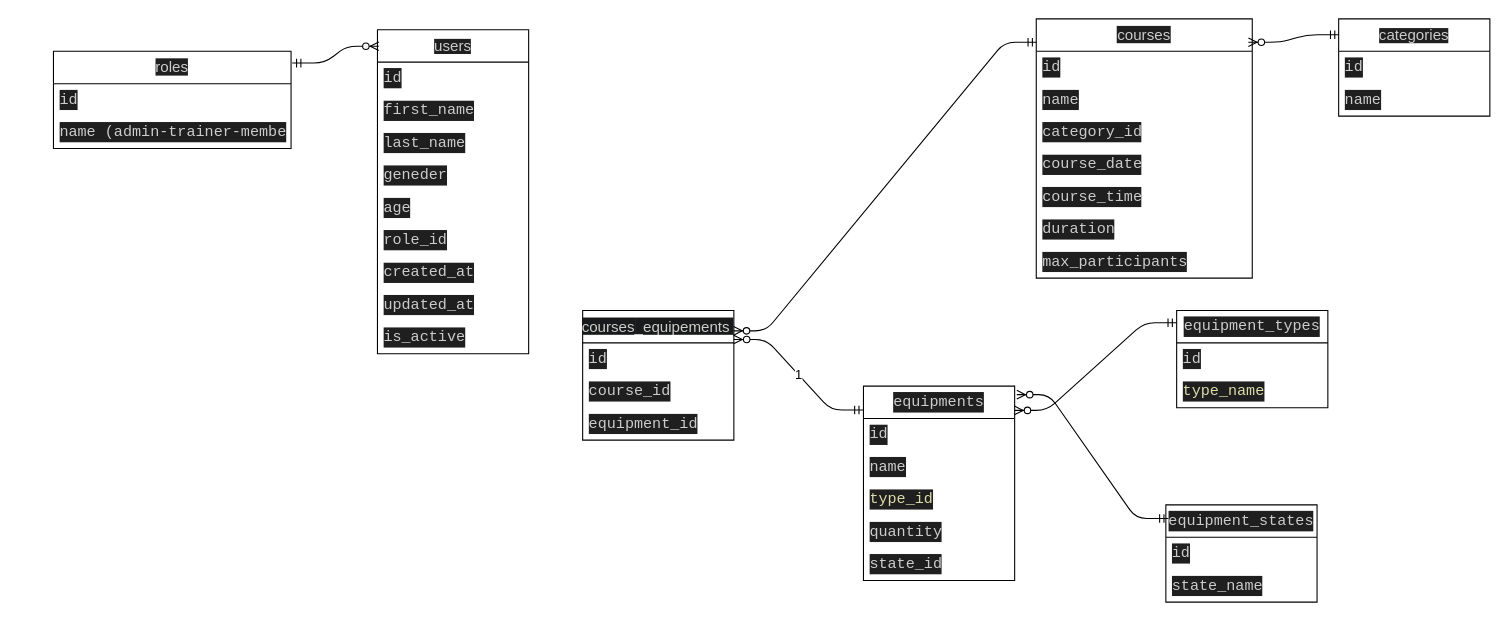
Above: erd.drawio in hamzalafsioui/FitManager (draw.io), before the change. Source tidied: cells renumbered, new cells numbered last; positions are measured from the earlier drawing's top-left corner, leaving out a move shared by most shapes. Both pictures are drawn from the tidied source at 108%, with x=0, y=0 at pixel (53, 18).
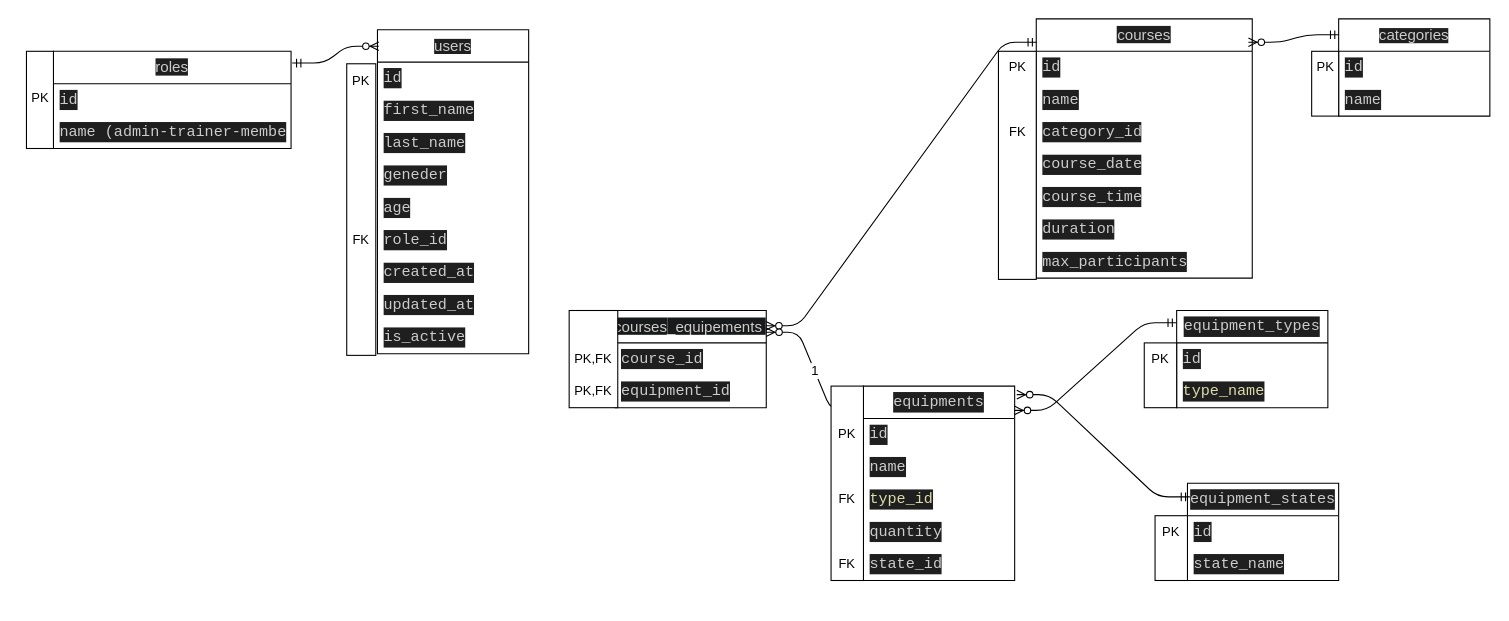
Above is the later version.

Change to the diagram source:
```diff
@@
     <mxCell id="26" value="&lt;span style=&quot;color: rgba(232, 230, 227, 0.88); font-family: &amp;quot;Nunito Sans&amp;quot;, &amp;quot;sans-serif&amp;quot;; font-size: 14px; text-align: start; background-color: rgb(24, 26, 27);&quot;&gt;courses&lt;/span&gt;&lt;span style=&quot;color: rgba(232, 230, 227, 0.88); font-family: &amp;quot;Nunito Sans&amp;quot;, &amp;quot;sans-serif&amp;quot;; font-size: 14px; text-align: start; background-color: rgb(24, 26, 27);&quot;&gt;_equipements&amp;nbsp;&lt;/span&gt;" style="swimlane;fontStyle=0;horizontal=1;startSize=30;whiteSpace=wrap;html=1;" parent="1" vertex="1">
-      <mxGeometry x="490" y="270" width="140" height="120" as="geometry" />
+      <mxGeometry x="520" y="270" width="140" height="90" as="geometry" />
     </mxCell>
-    <mxCell id="27" value="&lt;div style=&quot;color: rgb(204, 204, 204); background-color: rgb(31, 31, 31); font-family: Consolas, &amp;quot;Courier New&amp;quot;, monospace; font-size: 14px; line-height: 19px; white-space: pre;&quot;&gt;&lt;span style=&quot;color: #cccccc;&quot;&gt;id&lt;/span&gt;&lt;/div&gt;" style="text;strokeColor=none;fillColor=none;align=left;verticalAlign=middle;spacingLeft=4;spacingRight=4;overflow=hidden;whiteSpace=wrap;html=1;" parent="26" vertex="1">
-      <mxGeometry y="30" width="140" height="30" as="geometry" />
-    </mxCell>
     <mxCell id="28" value="&lt;div style=&quot;color: rgb(204, 204, 204); background-color: rgb(31, 31, 31); font-family: Consolas, &amp;quot;Courier New&amp;quot;, monospace; font-size: 14px; line-height: 19px; white-space: pre;&quot;&gt;&lt;span style=&quot;color: #cccccc;&quot;&gt;course_id&lt;/span&gt;&lt;/div&gt;" style="text;strokeColor=none;fillColor=none;align=left;verticalAlign=middle;spacingLeft=4;spacingRight=4;overflow=hidden;whiteSpace=wrap;html=1;" parent="26" vertex="1">
-      <mxGeometry y="60" width="140" height="30" as="geometry" />
+      <mxGeometry y="30" width="140" height="30" as="geometry" />
     </mxCell>
     <mxCell id="29" value="&lt;div style=&quot;color: rgb(204, 204, 204); background-color: rgb(31, 31, 31); font-family: Consolas, &amp;quot;Courier New&amp;quot;, monospace; font-size: 14px; line-height: 19px; white-space: pre;&quot;&gt;&lt;span style=&quot;color: #cccccc;&quot;&gt;equipment_id&lt;/span&gt;&lt;/div&gt;" style="text;strokeColor=none;fillColor=none;align=left;verticalAlign=middle;spacingLeft=4;spacingRight=4;overflow=hidden;whiteSpace=wrap;html=1;" parent="26" vertex="1">
-      <mxGeometry y="90" width="140" height="30" as="geometry" />
+      <mxGeometry y="60" width="140" height="30" as="geometry" />
     </mxCell>
@@
     <mxCell id="36" value="&lt;div style=&quot;color: rgb(204, 204, 204); background-color: rgb(31, 31, 31); font-family: Consolas, &amp;quot;Courier New&amp;quot;, monospace; font-size: 14px; line-height: 19px; white-space: pre;&quot;&gt;&lt;span style=&quot;color: #cccccc;&quot;&gt;equipment_states&lt;/span&gt;&lt;/div&gt;" style="swimlane;fontStyle=0;horizontal=1;startSize=30;whiteSpace=wrap;html=1;" parent="1" vertex="1">
-      <mxGeometry x="1030" y="450" width="140" height="90" as="geometry" />
+      <mxGeometry x="1050" y="430" width="140" height="90" as="geometry" />
     </mxCell>
@@
+    <mxCell id="48" style="rounded=0;whiteSpace=wrap;html=1;rotation=90;" parent="1" vertex="1">
+      <mxGeometry x="455" y="292.5" width="90" height="45" as="geometry" />
+    </mxCell>
+    <mxCell id="49" value="PK,FK" style="text;html=1;align=center;verticalAlign=middle;whiteSpace=wrap;rounded=0;" parent="1" vertex="1">
+      <mxGeometry x="480" y="300" width="40" height="30" as="geometry" />
+    </mxCell>
+    <mxCell id="50" style="rounded=0;whiteSpace=wrap;html=1;rotation=90;" parent="1" vertex="1">
+      <mxGeometry x="645" y="415" width="180" height="30" as="geometry" />
+    </mxCell>
+    <mxCell id="51" value="PK" style="text;html=1;align=center;verticalAlign=middle;whiteSpace=wrap;rounded=0;" parent="1" vertex="1">
+      <mxGeometry x="715" y="370" width="40" height="30" as="geometry" />
+    </mxCell>
+    <mxCell id="52" value="FK" style="text;html=1;align=center;verticalAlign=middle;whiteSpace=wrap;rounded=0;" parent="1" vertex="1">
+      <mxGeometry x="715" y="430" width="40" height="30" as="geometry" />
+    </mxCell>
+    <mxCell id="53" value="FK" style="text;html=1;align=center;verticalAlign=middle;whiteSpace=wrap;rounded=0;" parent="1" vertex="1">
+      <mxGeometry x="715" y="490" width="40" height="30" as="geometry" />
+    </mxCell>
+    <mxCell id="54" style="rounded=0;whiteSpace=wrap;html=1;rotation=90;" parent="1" vertex="1">
+      <mxGeometry x="1005" y="475" width="60" height="30" as="geometry" />
+    </mxCell>
+    <mxCell id="55" value="PK" style="text;html=1;align=center;verticalAlign=middle;whiteSpace=wrap;rounded=0;" parent="1" vertex="1">
+      <mxGeometry x="1015" y="460" width="40" height="30" as="geometry" />
+    </mxCell>
+    <mxCell id="56" style="rounded=0;whiteSpace=wrap;html=1;rotation=90;" parent="1" vertex="1">
+      <mxGeometry x="995" y="315" width="60" height="30" as="geometry" />
+    </mxCell>
+    <mxCell id="57" value="PK" style="text;html=1;align=center;verticalAlign=middle;whiteSpace=wrap;rounded=0;" parent="1" vertex="1">
+      <mxGeometry x="1005" y="300" width="40" height="30" as="geometry" />
+    </mxCell>
+    <mxCell id="58" style="rounded=0;whiteSpace=wrap;html=1;rotation=90;" parent="1" vertex="1">
+      <mxGeometry x="1147.5" y="47.5" width="60" height="25" as="geometry" />
+    </mxCell>
+    <mxCell id="59" value="PK" style="text;html=1;align=center;verticalAlign=middle;whiteSpace=wrap;rounded=0;" parent="1" vertex="1">
+      <mxGeometry x="1157.5" y="30" width="40" height="30" as="geometry" />
+    </mxCell>
+    <mxCell id="60" style="rounded=0;whiteSpace=wrap;html=1;rotation=90;" parent="1" vertex="1">
+      <mxGeometry x="786.9" y="118.1" width="211.2" height="35" as="geometry" />
+    </mxCell>
+    <mxCell id="61" value="PK" style="text;html=1;align=center;verticalAlign=middle;whiteSpace=wrap;rounded=0;" parent="1" vertex="1">
+      <mxGeometry x="872.5" y="30" width="40" height="30" as="geometry" />
+    </mxCell>
+    <mxCell id="62" value="FK" style="text;html=1;align=center;verticalAlign=middle;whiteSpace=wrap;rounded=0;" parent="1" vertex="1">
+      <mxGeometry x="872.5" y="90" width="40" height="30" as="geometry" />
+    </mxCell>
+    <mxCell id="63" style="rounded=0;whiteSpace=wrap;html=1;rotation=90;" parent="1" vertex="1">
+      <mxGeometry x="-57.5" y="62.5" width="90" height="25" as="geometry" />
+    </mxCell>
+    <mxCell id="64" value="PK" style="text;html=1;align=center;verticalAlign=middle;whiteSpace=wrap;rounded=0;" parent="1" vertex="1">
+      <mxGeometry x="-32.5" y="57.5" width="40" height="30" as="geometry" />
+    </mxCell>
+    <mxCell id="65" style="rounded=0;whiteSpace=wrap;html=1;rotation=90;" parent="1" vertex="1">
+      <mxGeometry x="150" y="163.1" width="270" height="26.9" as="geometry" />
+    </mxCell>
+    <mxCell id="66" value="PK" style="text;html=1;align=center;verticalAlign=middle;whiteSpace=wrap;rounded=0;" parent="1" vertex="1">
+      <mxGeometry x="265" y="42.5" width="40" height="30" as="geometry" />
+    </mxCell>
+    <mxCell id="67" value="FK" style="text;html=1;align=center;verticalAlign=middle;whiteSpace=wrap;rounded=0;" parent="1" vertex="1">
+      <mxGeometry x="265" y="190" width="40" height="30" as="geometry" />
+    </mxCell>
+    <mxCell id="68" value="PK,FK" style="text;html=1;align=center;verticalAlign=middle;whiteSpace=wrap;rounded=0;" parent="1" vertex="1">
+      <mxGeometry x="480" y="330" width="40" height="30" as="geometry" />
+    </mxCell>
```
